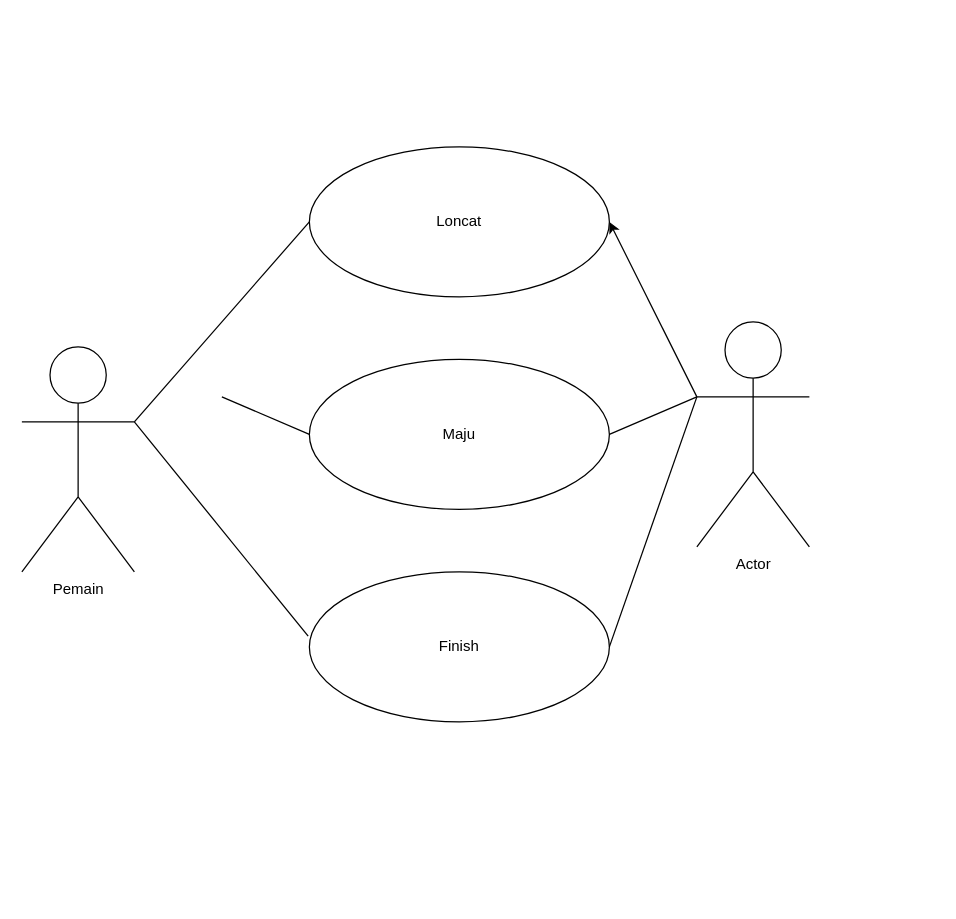
apollopy-tech/balap-karung keeps this draw.io diagram as BalapKarung.drawio. Above is the earlier version. Source tidied: cells renumbered, new cells numbered last; positions are measured from the earlier drawing's top-left corner, leaving out a move shared by most shapes. Both pictures are drawn from the tidied source at 125%, with x=0, y=0 at pixel (21, 146).
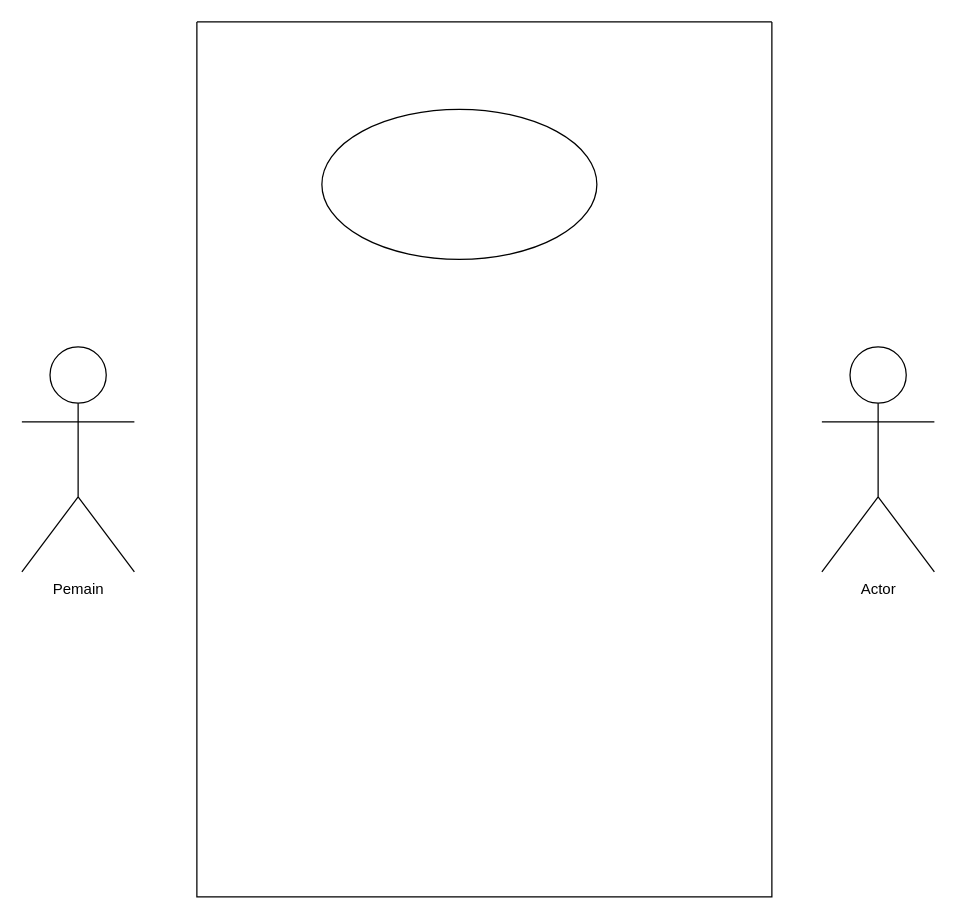
The same diagram, later.

The edit, as a diff of the source:
```diff
@@
 <mxGraphModel>
   <root>
     <mxCell id="0" />
     <mxCell id="1" parent="0" />
     <mxCell id="2" value="Pemain" style="shape=umlActor;verticalLabelPosition=bottom;verticalAlign=top;html=1;outlineConnect=0;" parent="1" vertex="1">
       <mxGeometry y="160" width="90" height="180" as="geometry" />
     </mxCell>
     <mxCell id="3" value="Actor" style="shape=umlActor;verticalLabelPosition=bottom;verticalAlign=top;html=1;outlineConnect=0;" parent="1" vertex="1">
-      <mxGeometry x="540" y="140" width="90" height="180" as="geometry" />
+      <mxGeometry x="640" y="160" width="90" height="180" as="geometry" />
     </mxCell>
-    <mxCell id="4" style="ellipse;whiteSpace=wrap;html=1;" parent="1" vertex="1">
-      <mxGeometry x="230" width="240" height="120" as="geometry" />
-    </mxCell>
-    <mxCell id="5" style="ellipse;whiteSpace=wrap;html=1;" parent="1" vertex="1">
-      <mxGeometry x="230" y="170" width="240" height="120" as="geometry" />
-    </mxCell>
-    <mxCell id="6" value="Finish" style="ellipse;whiteSpace=wrap;html=1;" parent="1" vertex="1">
-      <mxGeometry x="230" y="340" width="240" height="120" as="geometry" />
-    </mxCell>
-    <mxCell id="7" value="Loncat" style="text;html=1;strokeColor=none;fillColor=none;align=center;verticalAlign=middle;whiteSpace=wrap;rounded=0;" parent="1" vertex="1">
-      <mxGeometry x="320" y="45" width="60" height="30" as="geometry" />
-    </mxCell>
-    <mxCell id="8" value="Maju" style="text;html=1;strokeColor=none;fillColor=none;align=center;verticalAlign=middle;whiteSpace=wrap;rounded=0;" parent="1" vertex="1">
-      <mxGeometry x="320" y="215" width="60" height="30" as="geometry" />
-    </mxCell>
-    <mxCell id="9" style="endArrow=none;html=1;rounded=0;entryX=0;entryY=0.5;entryDx=0;entryDy=0;exitX=1;exitY=0.3333333333333333;exitDx=0;exitDy=0;exitPerimeter=0;" parent="1" edge="1" source="2" target="4">
-      <mxGeometry relative="1" as="geometry" />
-    </mxCell>
-    <mxCell id="10" style="endArrow=none;html=1;rounded=0;entryX=0;entryY=0.5;entryDx=0;entryDy=0;" parent="1" edge="1" target="5">
-      <mxGeometry relative="1" as="geometry">
-        <mxPoint x="160" y="200" as="sourcePoint" />
-      </mxGeometry>
-    </mxCell>
-    <mxCell id="11" style="endArrow=none;html=1;rounded=0;exitX=1;exitY=0.3333333333333333;exitDx=0;exitDy=0;exitPerimeter=0;entryX=-0.004;entryY=0.429;entryDx=0;entryDy=0;entryPerimeter=0;" parent="1" edge="1" source="2" target="6">
-      <mxGeometry relative="1" as="geometry" />
-    </mxCell>
-    <mxCell id="12" style="endArrow=none;html=1;rounded=0;exitX=1;exitY=0.5;exitDx=0;exitDy=0;" parent="1" edge="1" source="5">
-      <mxGeometry relative="1" as="geometry">
-        <mxPoint x="540" y="200" as="targetPoint" />
-      </mxGeometry>
-    </mxCell>
-    <mxCell id="13" style="endArrow=none;html=1;rounded=0;entryX=0;entryY=0.3333333333333333;entryDx=0;entryDy=0;entryPerimeter=0;exitX=1;exitY=0.5;exitDx=0;exitDy=0;" parent="1" edge="1" source="6" target="3">
-      <mxGeometry relative="1" as="geometry" />
-    </mxCell>
-    <mxCell id="14" style="endArrow=classic;html=1;rounded=0;entryX=1;entryY=0.5;entryDx=0;entryDy=0;exitX=0;exitY=0.3333333333333333;exitDx=0;exitDy=0;exitPerimeter=0;" parent="1" edge="1" source="3" target="4">
-      <mxGeometry relative="1" as="geometry" />
-    </mxCell>
+    <mxCell id="15" style="swimlane;startSize=0;" parent="1" vertex="1" collapsed="1">
+      <mxGeometry x="140" y="-100" width="460" height="700" as="geometry" />
+    </mxCell>
+    <mxCell id="16" style="ellipse;whiteSpace=wrap;html=1;" parent="1" vertex="1">
+      <mxGeometry x="240" y="-30" width="220" height="120" as="geometry" />
+    </mxCell>
   </root>
 </mxGraphModel>
```
